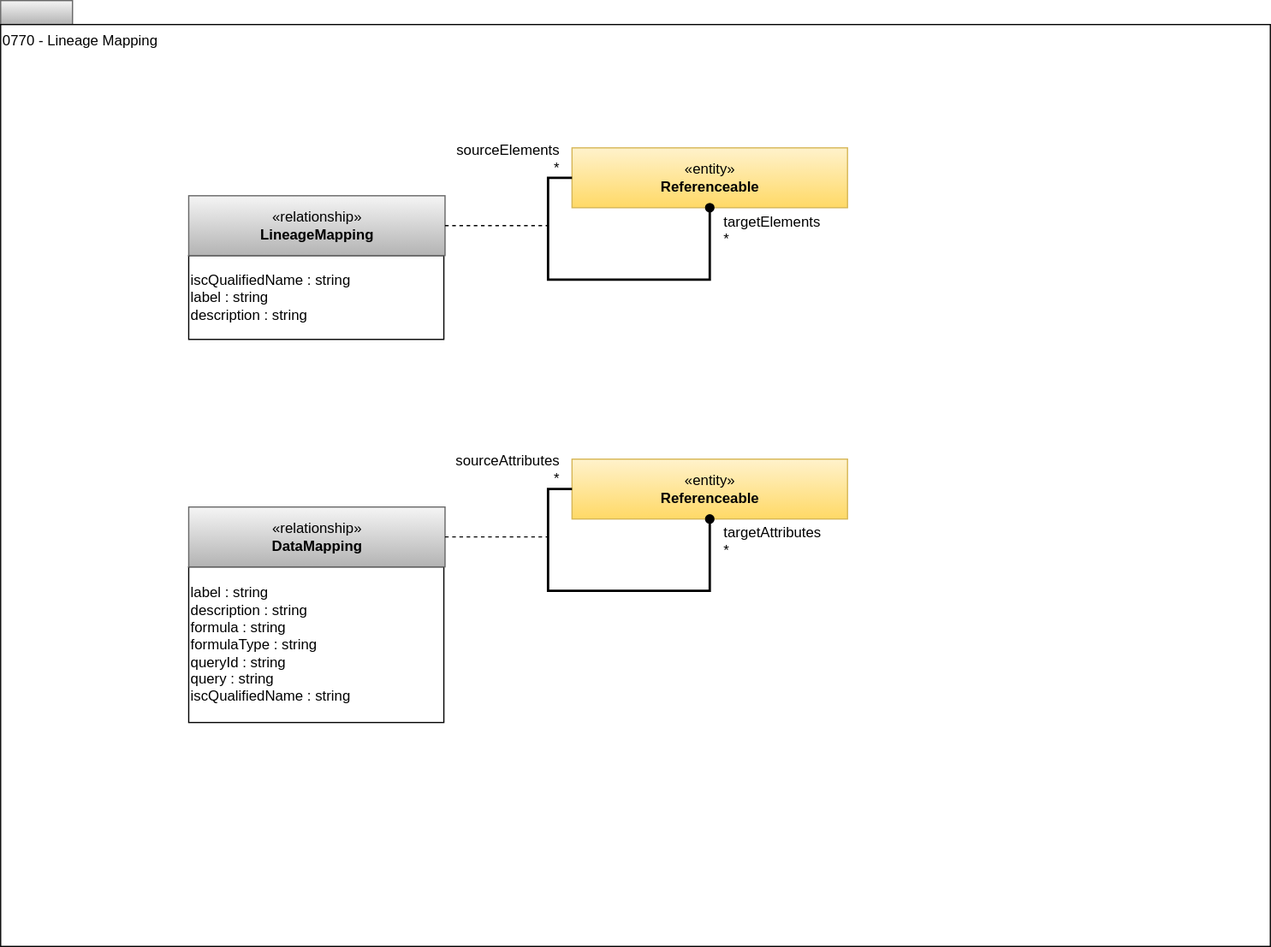
The draw.io diagram site/docs/types/7/0770-Lineage-Mapping.svg in odpi/egeria-docs, before a commit. Source tidied: cells renumbered, new cells last; positions are measured from the earlier drawing's top-left corner, leaving out a move shared by most shapes.
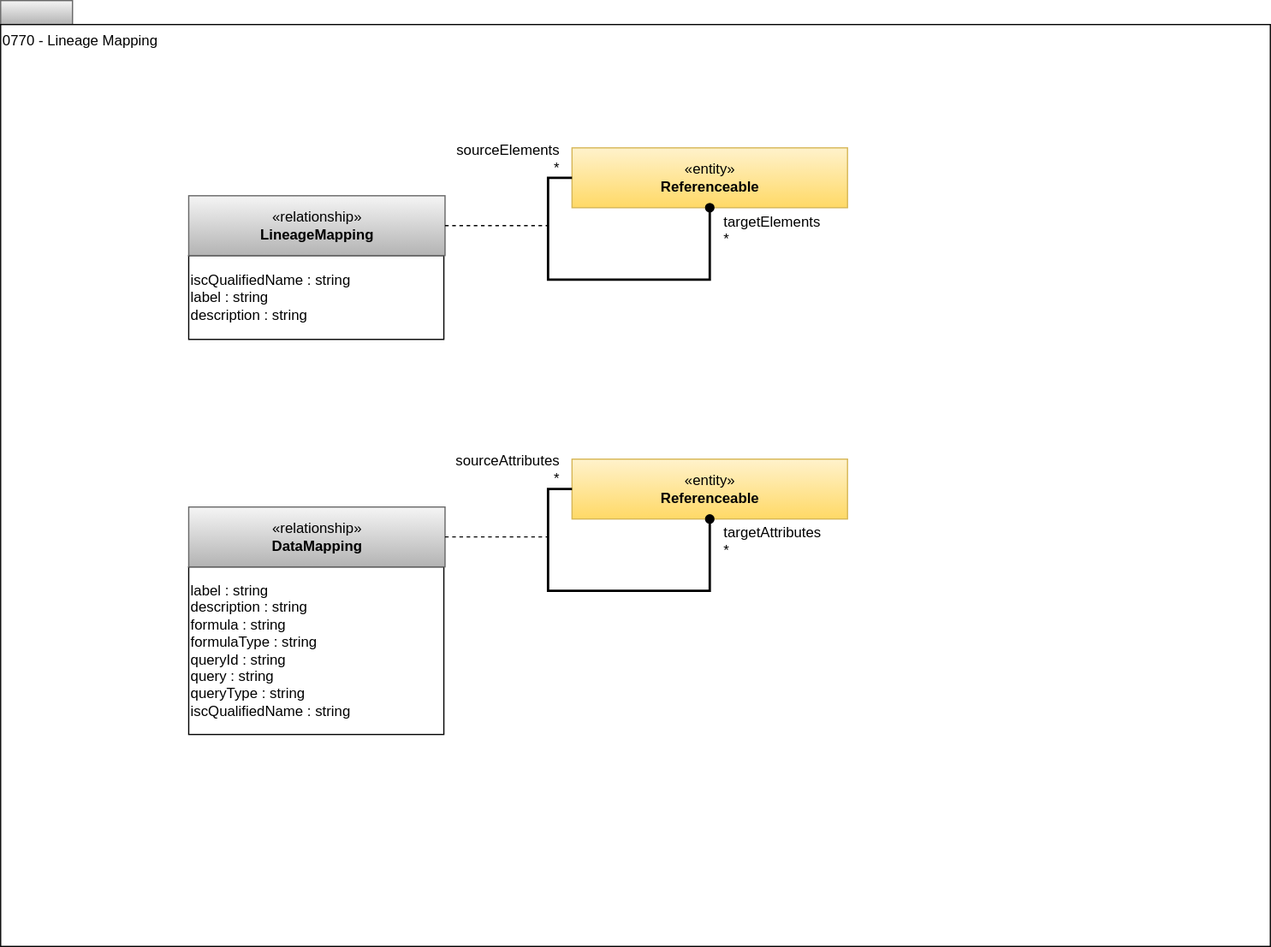
Later version of the same file.

Change to the diagram source:
```diff
@@ -44,8 +44,8 @@
     <mxCell id="11" value="«entity»&lt;br&gt;&lt;b&gt;Referenceable&lt;/b&gt;" style="html=1;strokeColor=#d6b656;align=center;fillColor=#fff2cc;gradientColor=#ffd966;" parent="1" vertex="1">
       <mxGeometry x="477" y="383" width="230" height="50" as="geometry" />
     </mxCell>
-    <mxCell id="12" value="&lt;div style=&quot;text-align: left&quot;&gt;&lt;span style=&quot;background-color: transparent; color: light-dark(rgb(0, 0, 0), rgb(255, 255, 255));&quot;&gt;label : string&lt;/span&gt;&lt;br&gt;&lt;/div&gt;&lt;div style=&quot;text-align: left&quot;&gt;description : string&lt;br&gt;&lt;/div&gt;&lt;div style=&quot;text-align: left&quot;&gt;formula : string&lt;/div&gt;&lt;div style=&quot;text-align: left&quot;&gt;formulaType : string&lt;/div&gt;&lt;div style=&quot;text-align: left&quot;&gt;queryId : string&lt;/div&gt;&lt;div style=&quot;text-align: left&quot;&gt;query : string&lt;/div&gt;&lt;div style=&quot;text-align: left&quot;&gt;&lt;div&gt;iscQualifiedName : string&lt;/div&gt;&lt;/div&gt;" style="rounded=0;whiteSpace=wrap;html=1;strokeColor=#000000;gradientColor=#ffffff;align=left;" parent="1" vertex="1">
-      <mxGeometry x="157" y="473" width="213" height="130" as="geometry" />
+    <mxCell id="12" value="&lt;div style=&quot;text-align: left&quot;&gt;&lt;span style=&quot;background-color: transparent; color: light-dark(rgb(0, 0, 0), rgb(255, 255, 255));&quot;&gt;label : string&lt;/span&gt;&lt;br&gt;&lt;/div&gt;&lt;div style=&quot;text-align: left&quot;&gt;description : string&lt;br&gt;&lt;/div&gt;&lt;div style=&quot;text-align: left&quot;&gt;formula : string&lt;/div&gt;&lt;div style=&quot;text-align: left&quot;&gt;formulaType : string&lt;/div&gt;&lt;div style=&quot;text-align: left&quot;&gt;queryId : string&lt;/div&gt;&lt;div style=&quot;text-align: left&quot;&gt;query : string&lt;/div&gt;&lt;div style=&quot;text-align: left&quot;&gt;queryType : string&lt;/div&gt;&lt;div style=&quot;text-align: left&quot;&gt;&lt;div&gt;iscQualifiedName : string&lt;/div&gt;&lt;/div&gt;" style="rounded=0;whiteSpace=wrap;html=1;strokeColor=#000000;gradientColor=#ffffff;align=left;" parent="1" vertex="1">
+      <mxGeometry x="157" y="473" width="213" height="140" as="geometry" />
     </mxCell>
     <mxCell id="13" value="«relationship»&lt;br&gt;&lt;b&gt;DataMapping&lt;/b&gt;" style="html=1;strokeColor=#666666;align=center;fillColor=#f5f5f5;gradientColor=#b3b3b3;" parent="1" vertex="1">
       <mxGeometry x="157" y="423" width="214" height="50" as="geometry" />
```
